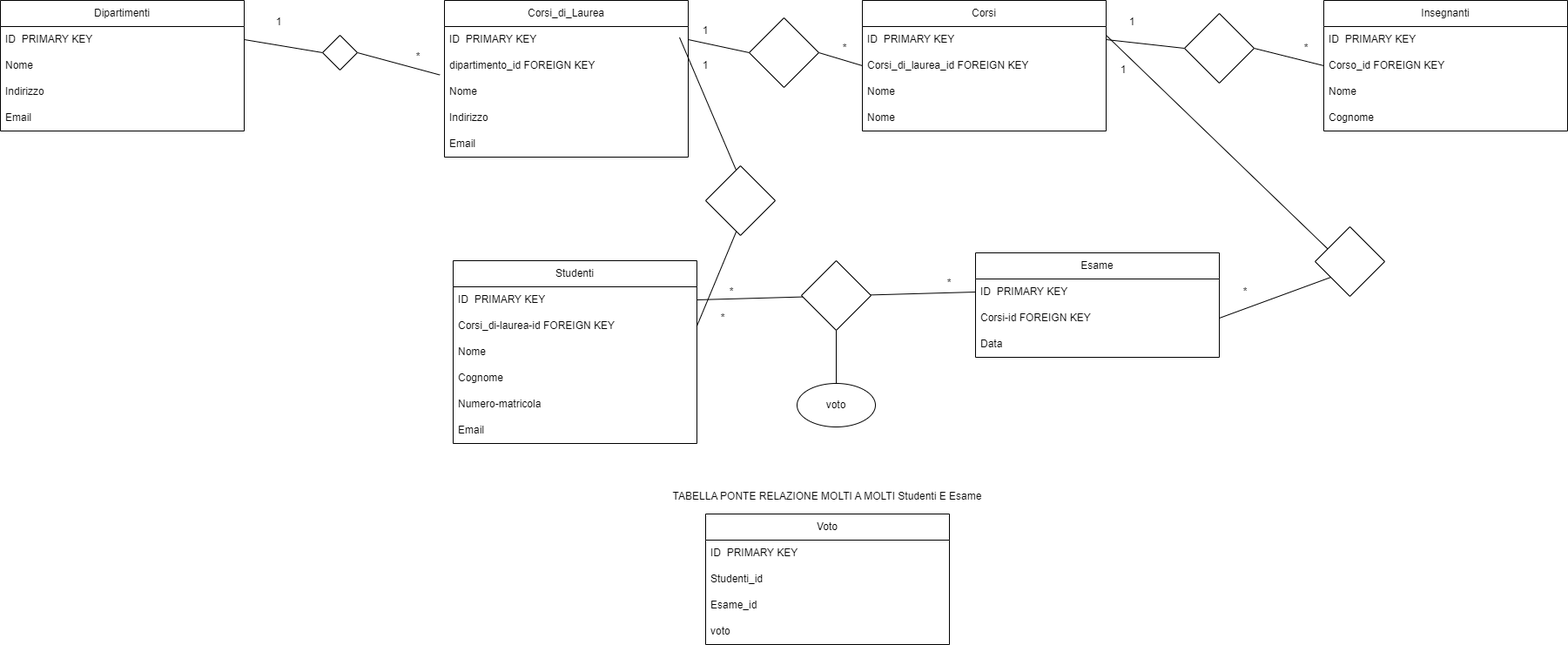
The draw.io diagram db-university.png in DarioLoForti/db-university, before a commit. Source tidied: cells renumbered, new cells last; positions are measured from the earlier drawing's top-left corner, leaving out a move shared by most shapes.
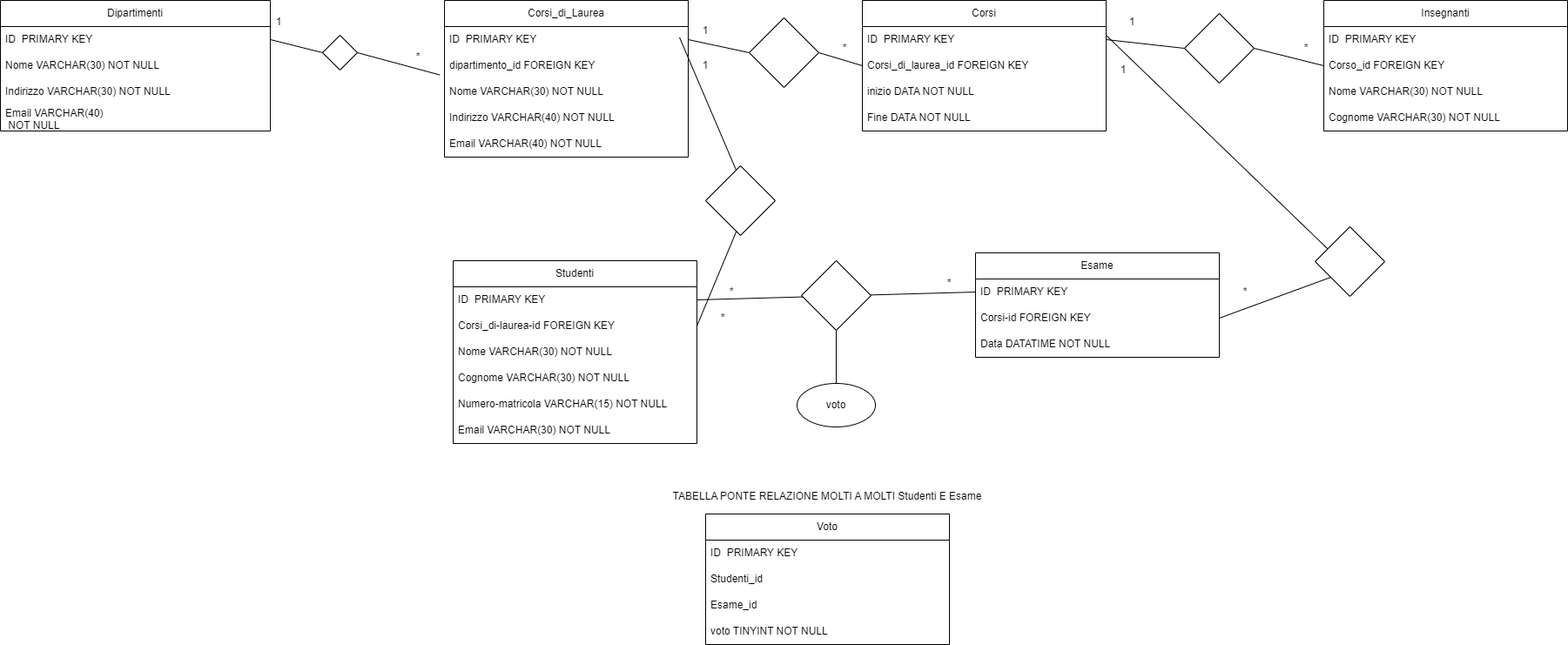
After the change.

Commit message:
ESERCIZIO COMPLETATO

The edit, as a diff of the source:
```diff
@@ -3,19 +3,19 @@
     <mxCell id="0" />
     <mxCell id="1" parent="0" />
     <mxCell id="2" value="Dipartimenti" style="swimlane;fontStyle=0;horizontal=1;startSize=30;whiteSpace=wrap;html=1;" parent="1" vertex="1">
-      <mxGeometry width="280" height="150" as="geometry" />
+      <mxGeometry width="310" height="150" as="geometry" />
     </mxCell>
     <mxCell id="3" value="ID&amp;nbsp; PRIMARY KEY" style="text;strokeColor=none;fillColor=none;align=left;verticalAlign=middle;spacingLeft=4;spacingRight=4;overflow=hidden;points=[[0,0.5],[1,0.5]];portConstraint=eastwest;whiteSpace=wrap;html=1;" parent="2" vertex="1">
-      <mxGeometry y="30" width="280" height="30" as="geometry" />
+      <mxGeometry y="30" width="310" height="30" as="geometry" />
     </mxCell>
-    <mxCell id="4" value="Nome" style="text;strokeColor=none;fillColor=none;align=left;verticalAlign=middle;spacingLeft=4;spacingRight=4;overflow=hidden;whiteSpace=wrap;html=1;" parent="2" vertex="1">
-      <mxGeometry y="60" width="280" height="30" as="geometry" />
+    <mxCell id="4" value="Nome VARCHAR(30) NOT NULL" style="text;strokeColor=none;fillColor=none;align=left;verticalAlign=middle;spacingLeft=4;spacingRight=4;overflow=hidden;whiteSpace=wrap;html=1;" parent="2" vertex="1">
+      <mxGeometry y="60" width="310" height="30" as="geometry" />
     </mxCell>
-    <mxCell id="5" value="Indirizzo" style="text;strokeColor=none;fillColor=none;align=left;verticalAlign=middle;spacingLeft=4;spacingRight=4;overflow=hidden;whiteSpace=wrap;html=1;" parent="2" vertex="1">
-      <mxGeometry y="90" width="280" height="30" as="geometry" />
+    <mxCell id="5" value="Indirizzo VARCHAR(30) NOT NULL" style="text;strokeColor=none;fillColor=none;align=left;verticalAlign=middle;spacingLeft=4;spacingRight=4;overflow=hidden;whiteSpace=wrap;html=1;" parent="2" vertex="1">
+      <mxGeometry y="90" width="310" height="30" as="geometry" />
     </mxCell>
-    <mxCell id="6" value="Email" style="text;strokeColor=none;fillColor=none;align=left;verticalAlign=middle;spacingLeft=4;spacingRight=4;overflow=hidden;whiteSpace=wrap;html=1;" parent="2" vertex="1">
-      <mxGeometry y="120" width="280" height="30" as="geometry" />
+    <mxCell id="6" value="Email VARCHAR(40)&lt;br&gt;&amp;nbsp;NOT NULL" style="text;strokeColor=none;fillColor=none;align=left;verticalAlign=middle;spacingLeft=4;spacingRight=4;overflow=hidden;whiteSpace=wrap;html=1;" parent="2" vertex="1">
+      <mxGeometry y="120" width="310" height="30" as="geometry" />
     </mxCell>
     <mxCell id="7" value="Corsi_di_Laurea" style="swimlane;fontStyle=0;horizontal=1;startSize=30;whiteSpace=wrap;html=1;" parent="1" vertex="1">
       <mxGeometry x="510" width="280" height="180" as="geometry" />
@@ -26,13 +26,13 @@
     <mxCell id="9" value="dipartimento_id FOREIGN KEY" style="text;strokeColor=none;fillColor=none;align=left;verticalAlign=middle;spacingLeft=4;spacingRight=4;overflow=hidden;points=[[0,0.5],[1,0.5]];portConstraint=eastwest;whiteSpace=wrap;html=1;" parent="7" vertex="1">
       <mxGeometry y="60" width="280" height="30" as="geometry" />
     </mxCell>
-    <mxCell id="10" value="Nome" style="text;strokeColor=none;fillColor=none;align=left;verticalAlign=middle;spacingLeft=4;spacingRight=4;overflow=hidden;whiteSpace=wrap;html=1;" parent="7" vertex="1">
+    <mxCell id="10" value="Nome VARCHAR(30)&amp;nbsp;NOT NULL" style="text;strokeColor=none;fillColor=none;align=left;verticalAlign=middle;spacingLeft=4;spacingRight=4;overflow=hidden;whiteSpace=wrap;html=1;" parent="7" vertex="1">
       <mxGeometry y="90" width="280" height="30" as="geometry" />
     </mxCell>
-    <mxCell id="11" value="Indirizzo" style="text;strokeColor=none;fillColor=none;align=left;verticalAlign=middle;spacingLeft=4;spacingRight=4;overflow=hidden;whiteSpace=wrap;html=1;" parent="7" vertex="1">
+    <mxCell id="11" value="Indirizzo VARCHAR(40)&amp;nbsp;NOT NULL" style="text;strokeColor=none;fillColor=none;align=left;verticalAlign=middle;spacingLeft=4;spacingRight=4;overflow=hidden;whiteSpace=wrap;html=1;" parent="7" vertex="1">
       <mxGeometry y="120" width="280" height="30" as="geometry" />
     </mxCell>
-    <mxCell id="12" value="Email" style="text;strokeColor=none;fillColor=none;align=left;verticalAlign=middle;spacingLeft=4;spacingRight=4;overflow=hidden;whiteSpace=wrap;html=1;" parent="7" vertex="1">
+    <mxCell id="12" value="Email VARCHAR(40)&amp;nbsp;NOT NULL" style="text;strokeColor=none;fillColor=none;align=left;verticalAlign=middle;spacingLeft=4;spacingRight=4;overflow=hidden;whiteSpace=wrap;html=1;" parent="7" vertex="1">
       <mxGeometry y="150" width="280" height="30" as="geometry" />
     </mxCell>
     <mxCell id="13" value="Corsi" style="swimlane;fontStyle=0;horizontal=1;startSize=30;whiteSpace=wrap;html=1;" parent="1" vertex="1">
@@ -44,10 +44,10 @@
     <mxCell id="15" value="Corsi_di_laurea_id FOREIGN KEY" style="text;strokeColor=none;fillColor=none;align=left;verticalAlign=middle;spacingLeft=4;spacingRight=4;overflow=hidden;points=[[0,0.5],[1,0.5]];portConstraint=eastwest;whiteSpace=wrap;html=1;" parent="13" vertex="1">
       <mxGeometry y="60" width="280" height="30" as="geometry" />
     </mxCell>
-    <mxCell id="16" value="Nome" style="text;strokeColor=none;fillColor=none;align=left;verticalAlign=middle;spacingLeft=4;spacingRight=4;overflow=hidden;whiteSpace=wrap;html=1;" parent="13" vertex="1">
+    <mxCell id="16" value="inizio DATA NOT NULL" style="text;strokeColor=none;fillColor=none;align=left;verticalAlign=middle;spacingLeft=4;spacingRight=4;overflow=hidden;whiteSpace=wrap;html=1;" parent="13" vertex="1">
       <mxGeometry y="90" width="280" height="30" as="geometry" />
     </mxCell>
-    <mxCell id="17" value="Nome" style="text;strokeColor=none;fillColor=none;align=left;verticalAlign=middle;spacingLeft=4;spacingRight=4;overflow=hidden;whiteSpace=wrap;html=1;" parent="13" vertex="1">
+    <mxCell id="17" value="Fine DATA NOT NULL" style="text;strokeColor=none;fillColor=none;align=left;verticalAlign=middle;spacingLeft=4;spacingRight=4;overflow=hidden;whiteSpace=wrap;html=1;" parent="13" vertex="1">
       <mxGeometry y="120" width="280" height="30" as="geometry" />
     </mxCell>
     <mxCell id="18" value="Insegnanti" style="swimlane;fontStyle=0;horizontal=1;startSize=30;whiteSpace=wrap;html=1;" parent="1" vertex="1">
@@ -59,10 +59,10 @@
     <mxCell id="20" value="Corso_id FOREIGN KEY" style="text;strokeColor=none;fillColor=none;align=left;verticalAlign=middle;spacingLeft=4;spacingRight=4;overflow=hidden;points=[[0,0.5],[1,0.5]];portConstraint=eastwest;whiteSpace=wrap;html=1;" parent="18" vertex="1">
       <mxGeometry y="60" width="280" height="30" as="geometry" />
     </mxCell>
-    <mxCell id="21" value="Nome" style="text;strokeColor=none;fillColor=none;align=left;verticalAlign=middle;spacingLeft=4;spacingRight=4;overflow=hidden;whiteSpace=wrap;html=1;" parent="18" vertex="1">
+    <mxCell id="21" value="Nome VARCHAR(30)&amp;nbsp;NOT NULL" style="text;strokeColor=none;fillColor=none;align=left;verticalAlign=middle;spacingLeft=4;spacingRight=4;overflow=hidden;whiteSpace=wrap;html=1;" parent="18" vertex="1">
       <mxGeometry y="90" width="280" height="30" as="geometry" />
     </mxCell>
-    <mxCell id="22" value="Cognome" style="text;strokeColor=none;fillColor=none;align=left;verticalAlign=middle;spacingLeft=4;spacingRight=4;overflow=hidden;whiteSpace=wrap;html=1;" parent="18" vertex="1">
+    <mxCell id="22" value="Cognome VARCHAR(30) NOT NULL" style="text;strokeColor=none;fillColor=none;align=left;verticalAlign=middle;spacingLeft=4;spacingRight=4;overflow=hidden;whiteSpace=wrap;html=1;" parent="18" vertex="1">
       <mxGeometry y="120" width="280" height="30" as="geometry" />
     </mxCell>
     <mxCell id="23" value="Studenti" style="swimlane;fontStyle=0;horizontal=1;startSize=30;whiteSpace=wrap;html=1;" parent="1" vertex="1">
@@ -74,16 +74,16 @@
     <mxCell id="25" value="Corsi_di-laurea-id FOREIGN KEY" style="text;strokeColor=none;fillColor=none;align=left;verticalAlign=middle;spacingLeft=4;spacingRight=4;overflow=hidden;points=[[0,0.5],[1,0.5]];portConstraint=eastwest;whiteSpace=wrap;html=1;" parent="23" vertex="1">
       <mxGeometry y="60" width="280" height="30" as="geometry" />
     </mxCell>
-    <mxCell id="26" value="Nome" style="text;strokeColor=none;fillColor=none;align=left;verticalAlign=middle;spacingLeft=4;spacingRight=4;overflow=hidden;whiteSpace=wrap;html=1;" parent="23" vertex="1">
+    <mxCell id="26" value="Nome VARCHAR(30)&amp;nbsp;NOT NULL" style="text;strokeColor=none;fillColor=none;align=left;verticalAlign=middle;spacingLeft=4;spacingRight=4;overflow=hidden;whiteSpace=wrap;html=1;" parent="23" vertex="1">
       <mxGeometry y="90" width="280" height="30" as="geometry" />
     </mxCell>
-    <mxCell id="27" value="Cognome" style="text;strokeColor=none;fillColor=none;align=left;verticalAlign=middle;spacingLeft=4;spacingRight=4;overflow=hidden;whiteSpace=wrap;html=1;" parent="23" vertex="1">
+    <mxCell id="27" value="Cognome VARCHAR(30)&amp;nbsp;NOT NULL" style="text;strokeColor=none;fillColor=none;align=left;verticalAlign=middle;spacingLeft=4;spacingRight=4;overflow=hidden;whiteSpace=wrap;html=1;" parent="23" vertex="1">
       <mxGeometry y="120" width="280" height="30" as="geometry" />
     </mxCell>
-    <mxCell id="28" value="Numero-matricola" style="text;strokeColor=none;fillColor=none;align=left;verticalAlign=middle;spacingLeft=4;spacingRight=4;overflow=hidden;whiteSpace=wrap;html=1;" parent="23" vertex="1">
+    <mxCell id="28" value="Numero-matricola VARCHAR(15)&amp;nbsp;NOT NULL" style="text;strokeColor=none;fillColor=none;align=left;verticalAlign=middle;spacingLeft=4;spacingRight=4;overflow=hidden;whiteSpace=wrap;html=1;" parent="23" vertex="1">
       <mxGeometry y="150" width="280" height="30" as="geometry" />
     </mxCell>
-    <mxCell id="29" value="Email" style="text;strokeColor=none;fillColor=none;align=left;verticalAlign=middle;spacingLeft=4;spacingRight=4;overflow=hidden;whiteSpace=wrap;html=1;" parent="23" vertex="1">
+    <mxCell id="29" value="Email VARCHAR(30) NOT NULL" style="text;strokeColor=none;fillColor=none;align=left;verticalAlign=middle;spacingLeft=4;spacingRight=4;overflow=hidden;whiteSpace=wrap;html=1;" parent="23" vertex="1">
       <mxGeometry y="180" width="280" height="30" as="geometry" />
     </mxCell>
     <mxCell id="30" value="Esame" style="swimlane;fontStyle=0;horizontal=1;startSize=30;whiteSpace=wrap;html=1;" parent="1" vertex="1">
@@ -95,7 +95,7 @@
     <mxCell id="32" value="Corsi-id FOREIGN KEY" style="text;strokeColor=none;fillColor=none;align=left;verticalAlign=middle;spacingLeft=4;spacingRight=4;overflow=hidden;points=[[0,0.5],[1,0.5]];portConstraint=eastwest;whiteSpace=wrap;html=1;" parent="30" vertex="1">
       <mxGeometry y="60" width="280" height="30" as="geometry" />
     </mxCell>
-    <mxCell id="33" value="Data" style="text;strokeColor=none;fillColor=none;align=left;verticalAlign=middle;spacingLeft=4;spacingRight=4;overflow=hidden;whiteSpace=wrap;html=1;" parent="30" vertex="1">
+    <mxCell id="33" value="Data DATATIME NOT NULL" style="text;strokeColor=none;fillColor=none;align=left;verticalAlign=middle;spacingLeft=4;spacingRight=4;overflow=hidden;whiteSpace=wrap;html=1;" parent="30" vertex="1">
       <mxGeometry y="90" width="280" height="30" as="geometry" />
     </mxCell>
     <mxCell id="34" value="Voto" style="swimlane;fontStyle=0;horizontal=1;startSize=30;whiteSpace=wrap;html=1;" parent="1" vertex="1">
@@ -110,7 +110,7 @@
     <mxCell id="37" value="Esame_id" style="text;strokeColor=none;fillColor=none;align=left;verticalAlign=middle;spacingLeft=4;spacingRight=4;overflow=hidden;whiteSpace=wrap;html=1;" parent="34" vertex="1">
       <mxGeometry y="90" width="280" height="30" as="geometry" />
     </mxCell>
-    <mxCell id="38" value="voto" style="text;strokeColor=none;fillColor=none;align=left;verticalAlign=middle;spacingLeft=4;spacingRight=4;overflow=hidden;whiteSpace=wrap;html=1;" parent="34" vertex="1">
+    <mxCell id="38" value="voto TINYINT NOT NULL" style="text;strokeColor=none;fillColor=none;align=left;verticalAlign=middle;spacingLeft=4;spacingRight=4;overflow=hidden;whiteSpace=wrap;html=1;" parent="34" vertex="1">
       <mxGeometry y="120" width="280" height="30" as="geometry" />
     </mxCell>
     <mxCell id="39" style="endArrow=none;html=1;rounded=0;entryX=-0.019;entryY=0.853;entryDx=0;entryDy=0;entryPerimeter=0;exitX=1;exitY=0.5;exitDx=0;exitDy=0;" parent="1" edge="1" source="41" target="9">
```
